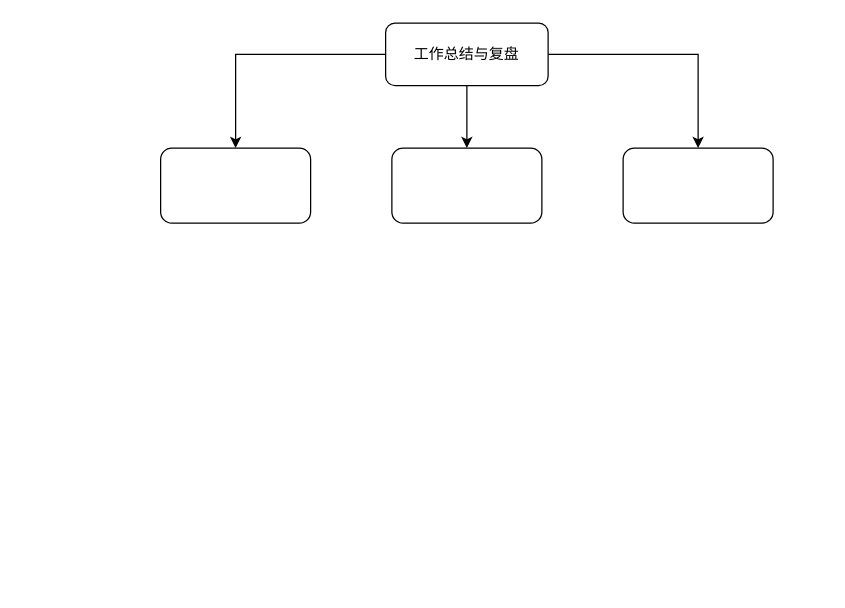
Before: Untitled Diagram.drawio in tester-xm/diagrams, a draw.io diagram. Source tidied: cells renumbered, new cells numbered last; positions are measured from the earlier drawing's top-left corner, leaving out a move shared by most shapes. Both pictures are drawn from the tidied source at 125%, with x=0, y=0 at pixel (160, 22).
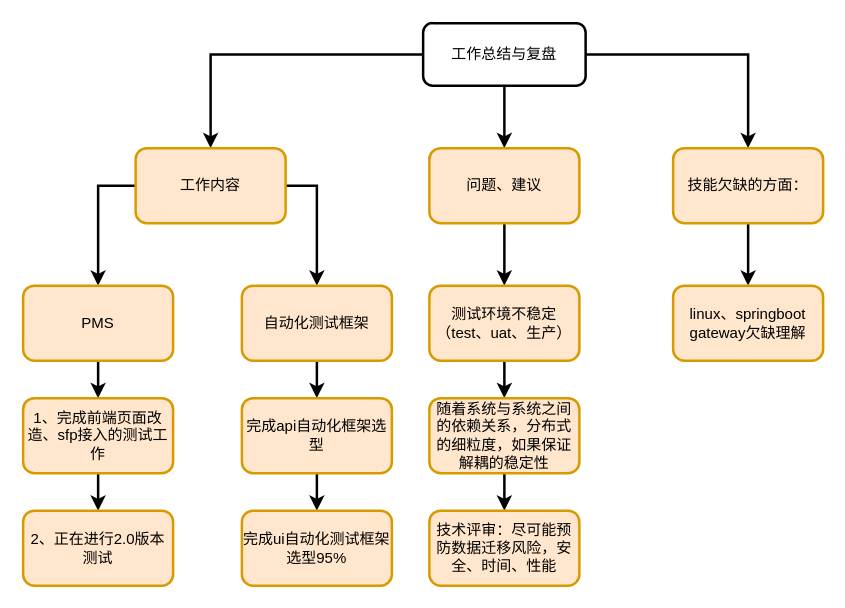
After the change.

Commit message:
工作总结与复盘

The edit, as a diff of the source:
```diff
@@
-    <mxCell id="2" style="edgeStyle=orthogonalEdgeStyle;rounded=0;jettySize=auto;html=1;" parent="1" edge="1" source="5" target="6">
+    <mxCell id="2" style="edgeStyle=orthogonalEdgeStyle;rounded=0;jettySize=auto;html=1;strokeWidth=2;" parent="1" edge="1" source="5" target="6">
       <mxGeometry relative="1" as="geometry" />
     </mxCell>
-    <mxCell id="3" style="edgeStyle=orthogonalEdgeStyle;rounded=0;jettySize=auto;html=1;" parent="1" edge="1" source="5" target="7">
+    <mxCell id="3" style="edgeStyle=orthogonalEdgeStyle;rounded=0;jettySize=auto;html=1;strokeWidth=2;" parent="1" edge="1" source="5" target="7">
       <mxGeometry relative="1" as="geometry" />
     </mxCell>
-    <mxCell id="4" style="edgeStyle=orthogonalEdgeStyle;rounded=0;jettySize=auto;html=1;" parent="1" edge="1" source="5" target="8">
+    <mxCell id="4" style="edgeStyle=orthogonalEdgeStyle;rounded=0;jettySize=auto;html=1;strokeWidth=2;" parent="1" edge="1" source="5" target="8">
       <mxGeometry relative="1" as="geometry" />
     </mxCell>
-    <mxCell id="5" value="工作总结与复盘" style="rounded=1;whiteSpace=wrap;html=1;fontSize=12;glass=0;strokeWidth=1;shadow=0;" parent="1" vertex="1">
-      <mxGeometry x="180" width="130" height="50" as="geometry" />
+    <mxCell id="5" value="工作总结与复盘" style="rounded=1;whiteSpace=wrap;html=1;fontSize=12;glass=0;strokeWidth=2;shadow=0;" parent="1" vertex="1">
+      <mxGeometry x="210" width="130" height="50" as="geometry" />
     </mxCell>
+    <mxCell id="9" style="edgeStyle=orthogonalEdgeStyle;rounded=0;jettySize=auto;html=1;strokeWidth=2;" parent="1" edge="1" source="6" target="18">
+      <mxGeometry relative="1" as="geometry" />
+    </mxCell>
-    <mxCell id="6" style="whiteSpace=wrap;html=1;rounded=1;shadow=0;strokeWidth=1;glass=0;" parent="1" vertex="1">
-      <mxGeometry x="185" y="100" width="120" height="60" as="geometry" />
+    <mxCell id="6" value="问题、建议" style="whiteSpace=wrap;html=1;rounded=1;shadow=0;strokeWidth=2;glass=0;fillColor=#ffe6cc;strokeColor=#d79b00;" parent="1" vertex="1">
+      <mxGeometry x="215" y="100" width="120" height="60" as="geometry" />
     </mxCell>
+    <mxCell id="10" style="edgeStyle=orthogonalEdgeStyle;rounded=0;jettySize=auto;html=1;strokeWidth=2;exitX=0;exitY=0.5;exitDx=0;exitDy=0;" parent="1" edge="1" source="7" target="14">
+      <mxGeometry relative="1" as="geometry" />
+    </mxCell>
+    <mxCell id="11" style="edgeStyle=orthogonalEdgeStyle;rounded=0;jettySize=auto;html=1;strokeWidth=2;entryX=0.5;entryY=0;entryDx=0;entryDy=0;exitX=1;exitY=0.5;exitDx=0;exitDy=0;" parent="1" edge="1" source="7" target="16">
+      <mxGeometry relative="1" as="geometry" />
+    </mxCell>
-    <mxCell id="7" style="whiteSpace=wrap;html=1;rounded=1;shadow=0;strokeWidth=1;glass=0;" parent="1" vertex="1">
-      <mxGeometry y="100" width="120" height="60" as="geometry" />
+    <mxCell id="7" value="工作内容" style="whiteSpace=wrap;html=1;rounded=1;shadow=0;strokeWidth=2;glass=0;fillColor=#ffe6cc;strokeColor=#d79b00;" parent="1" vertex="1">
+      <mxGeometry x="-20" y="100" width="120" height="60" as="geometry" />
     </mxCell>
+    <mxCell id="12" style="edgeStyle=orthogonalEdgeStyle;rounded=0;jettySize=auto;html=1;strokeWidth=2;" parent="1" edge="1" source="8" target="19">
+      <mxGeometry relative="1" as="geometry" />
+    </mxCell>
-    <mxCell id="8" style="whiteSpace=wrap;html=1;rounded=1;shadow=0;strokeWidth=1;glass=0;" parent="1" vertex="1">
-      <mxGeometry x="370" y="100" width="120" height="60" as="geometry" />
+    <mxCell id="8" value="技能欠缺的方面：" style="whiteSpace=wrap;html=1;rounded=1;shadow=0;strokeWidth=2;glass=0;fillColor=#ffe6cc;strokeColor=#d79b00;" parent="1" vertex="1">
+      <mxGeometry x="410" y="100" width="120" height="60" as="geometry" />
     </mxCell>
+    <mxCell id="13" style="edgeStyle=orthogonalEdgeStyle;rounded=0;jettySize=auto;html=1;strokeWidth=2;" parent="1" edge="1" source="14" target="24">
+      <mxGeometry relative="1" as="geometry" />
+    </mxCell>
+    <mxCell id="14" value="PMS" style="whiteSpace=wrap;html=1;rounded=1;shadow=0;strokeColor=#d79b00;strokeWidth=2;fillColor=#ffe6cc;glass=0;" parent="1" vertex="1">
+      <mxGeometry x="-110" y="210" width="120" height="60" as="geometry" />
+    </mxCell>
+    <mxCell id="15" style="edgeStyle=orthogonalEdgeStyle;rounded=0;jettySize=auto;html=1;strokeWidth=2;" parent="1" edge="1" source="16" target="27">
+      <mxGeometry relative="1" as="geometry" />
+    </mxCell>
+    <mxCell id="16" value="自动化测试框架" style="whiteSpace=wrap;html=1;rounded=1;shadow=0;strokeColor=#d79b00;strokeWidth=2;fillColor=#ffe6cc;glass=0;" parent="1" vertex="1">
+      <mxGeometry x="65" y="210" width="120" height="60" as="geometry" />
+    </mxCell>
+    <mxCell id="17" style="edgeStyle=orthogonalEdgeStyle;rounded=0;jettySize=auto;html=1;strokeWidth=2;" parent="1" edge="1" source="18" target="21">
+      <mxGeometry relative="1" as="geometry" />
+    </mxCell>
+    <mxCell id="18" value="测试环境不稳定（test、uat、生产）" style="whiteSpace=wrap;html=1;rounded=1;shadow=0;strokeColor=#d79b00;strokeWidth=2;fillColor=#ffe6cc;glass=0;" parent="1" vertex="1">
+      <mxGeometry x="215" y="210" width="120" height="60" as="geometry" />
+    </mxCell>
+    <mxCell id="19" value="linux、springboot gateway欠缺理解" style="whiteSpace=wrap;html=1;rounded=1;shadow=0;strokeColor=#d79b00;strokeWidth=2;fillColor=#ffe6cc;glass=0;" parent="1" vertex="1">
+      <mxGeometry x="410" y="210" width="120" height="60" as="geometry" />
+    </mxCell>
+    <mxCell id="20" style="edgeStyle=orthogonalEdgeStyle;rounded=0;jettySize=auto;html=1;strokeWidth=2;" parent="1" edge="1" source="21" target="22">
+      <mxGeometry relative="1" as="geometry" />
+    </mxCell>
+    <mxCell id="21" value="随着系统与系统之间的依赖关系，分布式的细粒度，如果保证解耦的稳定性" style="whiteSpace=wrap;html=1;rounded=1;shadow=0;strokeColor=#d79b00;strokeWidth=2;fillColor=#ffe6cc;glass=0;" parent="1" vertex="1">
+      <mxGeometry x="215" y="300" width="120" height="60" as="geometry" />
+    </mxCell>
+    <mxCell id="22" value="技术评审：尽可能预防数据迁移风险，安全、时间、性能" style="whiteSpace=wrap;html=1;rounded=1;shadow=0;strokeColor=#d79b00;strokeWidth=2;fillColor=#ffe6cc;glass=0;" parent="1" vertex="1">
+      <mxGeometry x="215" y="390" width="120" height="60" as="geometry" />
+    </mxCell>
+    <mxCell id="23" style="edgeStyle=orthogonalEdgeStyle;rounded=0;jettySize=auto;html=1;strokeWidth=2;" parent="1" edge="1" source="24" target="25">
+      <mxGeometry relative="1" as="geometry" />
+    </mxCell>
+    <mxCell id="24" value="1、完成前端页面改造、sfp接入的测试工作" style="whiteSpace=wrap;html=1;rounded=1;shadow=0;strokeColor=#d79b00;strokeWidth=2;fillColor=#ffe6cc;glass=0;" parent="1" vertex="1">
+      <mxGeometry x="-110" y="300" width="120" height="60" as="geometry" />
+    </mxCell>
+    <mxCell id="25" value="&lt;span&gt;2、正在进行2.0版本测试&lt;/span&gt;" style="whiteSpace=wrap;html=1;rounded=1;shadow=0;strokeColor=#d79b00;strokeWidth=2;fillColor=#ffe6cc;glass=0;" parent="1" vertex="1">
+      <mxGeometry x="-110" y="390" width="120" height="60" as="geometry" />
+    </mxCell>
+    <mxCell id="26" style="edgeStyle=orthogonalEdgeStyle;rounded=0;jettySize=auto;html=1;strokeWidth=2;" parent="1" edge="1" source="27" target="28">
+      <mxGeometry relative="1" as="geometry" />
+    </mxCell>
+    <mxCell id="27" value="完成api自动化框架选型" style="whiteSpace=wrap;html=1;rounded=1;shadow=0;strokeColor=#d79b00;strokeWidth=2;fillColor=#ffe6cc;glass=0;" parent="1" vertex="1">
+      <mxGeometry x="65" y="300" width="120" height="60" as="geometry" />
+    </mxCell>
+    <mxCell id="28" value="完成ui自动化测试框架选型95%" style="whiteSpace=wrap;html=1;rounded=1;shadow=0;strokeColor=#d79b00;strokeWidth=2;fillColor=#ffe6cc;glass=0;" parent="1" vertex="1">
+      <mxGeometry x="65" y="390" width="120" height="60" as="geometry" />
+    </mxCell>
```
